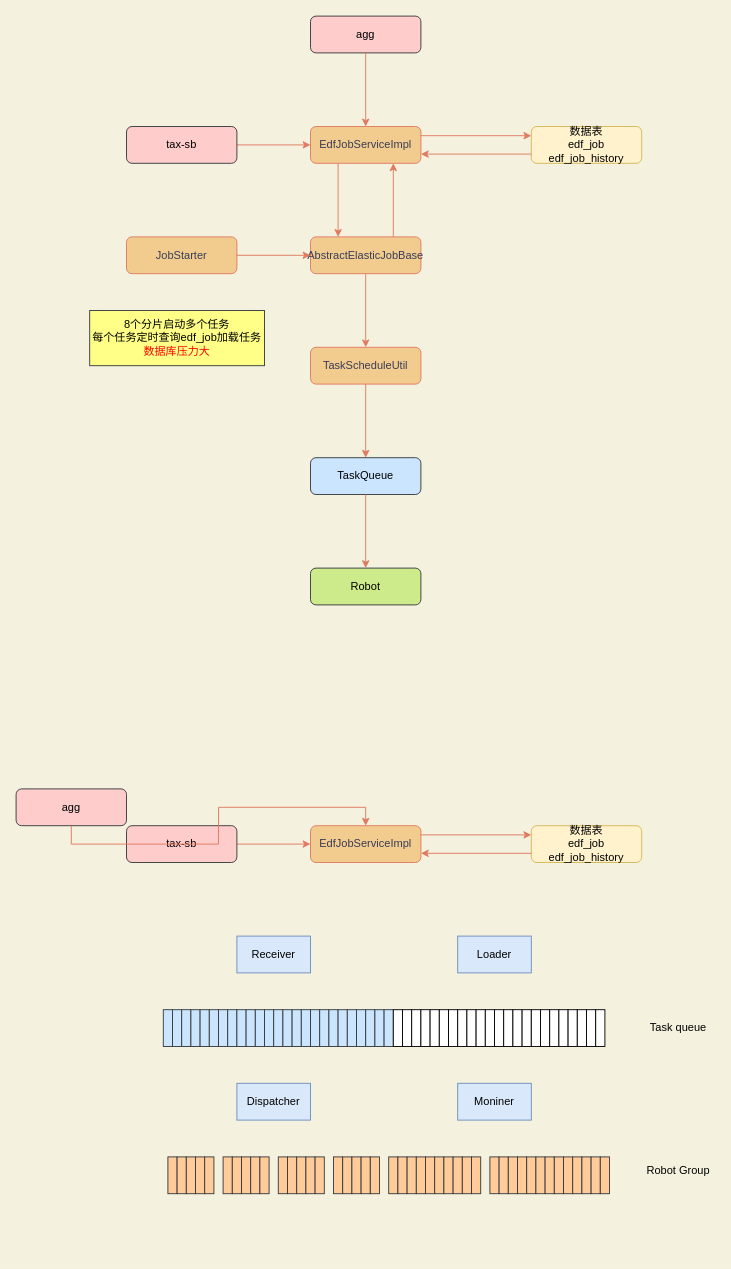
Before: 机器人异步任务.drawio in xingzhihe/hello-world, a draw.io diagram. Source tidied: cells renumbered, new cells numbered last; positions are measured from the earlier drawing's top-left corner, leaving out a move shared by most shapes. Both pictures are drawn from the tidied source at 92%, with x=0, y=0 at pixel (16, 16).
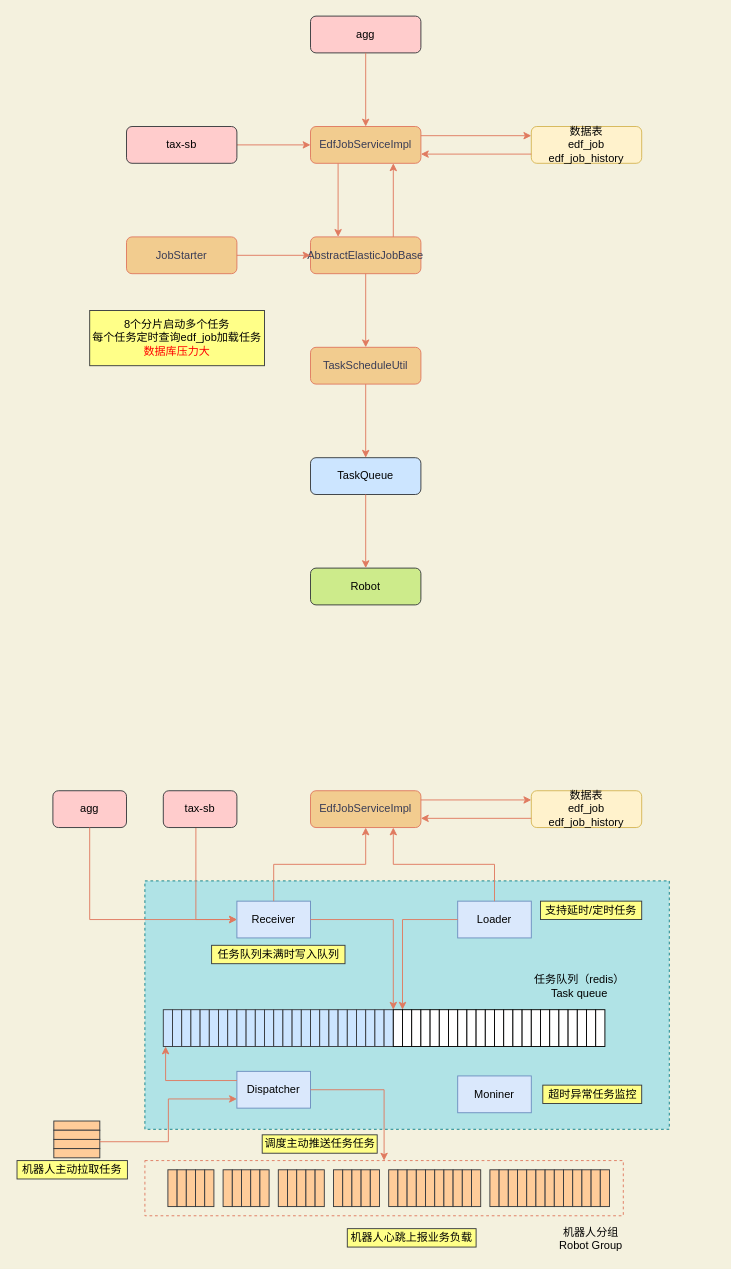
The same page after the edit.

Commit message (it also covers changes not shown here):
更新机器人异步任务.drawio

The change refers to these unchanged cells:
```xml
<mxCell id="30" style="rounded=0;whiteSpace=wrap;html=1;sketch=0;fillColor=#cce5ff;strokeColor=#36393d;" parent="1" vertex="1">
  <mxGeometry x="160" y="1080" width="10" height="40" as="geometry" />
</mxCell>
<mxCell id="55" style="rounded=0;whiteSpace=wrap;html=1;sketch=0;" parent="1" vertex="1">
  <mxGeometry x="410" y="1080" width="10" height="40" as="geometry" />
</mxCell>
<mxCell id="56" style="rounded=0;whiteSpace=wrap;html=1;sketch=0;" parent="1" vertex="1">
  <mxGeometry x="420" y="1080" width="10" height="40" as="geometry" />
</mxCell>
```

What changed in the source:
```diff
@@
+    <mxCell id="127" style="rounded=0;whiteSpace=wrap;html=1;sketch=0;dashed=1;fillColor=#b0e3e6;strokeColor=#0e8088;" parent="1" vertex="1">
+      <mxGeometry x="140" y="940" width="570" height="270" as="geometry" />
+    </mxCell>
@@
-    <mxCell id="22" style="edgeStyle=orthogonalEdgeStyle;rounded=0;jettySize=auto;html=1;exitX=1;exitY=0.5;exitDx=0;exitDy=0;entryX=0;entryY=0.5;entryDx=0;entryDy=0;labelBackgroundColor=#F4F1DE;strokeColor=#E07A5F;fontColor=#393C56;" parent="1" edge="1" source="23" target="24">
+    <mxCell id="22" style="edgeStyle=orthogonalEdgeStyle;rounded=0;jettySize=auto;html=1;entryX=0;entryY=0.5;entryDx=0;entryDy=0;labelBackgroundColor=#F4F1DE;strokeColor=#E07A5F;fontColor=#393C56;exitX=0.443;exitY=0.995;exitDx=0;exitDy=0;exitPerimeter=0;" parent="1" edge="1" source="23" target="78">
       <mxGeometry relative="1" as="geometry" />
     </mxCell>
     <mxCell id="23" value="tax-sb" style="rounded=1;whiteSpace=wrap;html=1;fontSize=12;glass=0;strokeWidth=1;shadow=0;fillColor=#ffcccc;strokeColor=#36393d;" parent="1" vertex="1">
-      <mxGeometry x="120" y="880" width="120" height="40" as="geometry" />
+      <mxGeometry x="160" y="842" width="80" height="40" as="geometry" />
     </mxCell>
     <mxCell id="24" value="EdfJobServiceImpl" style="rounded=1;whiteSpace=wrap;html=1;fontSize=12;glass=0;strokeWidth=1;shadow=0;fillColor=#F2CC8F;strokeColor=#E07A5F;fontColor=#393C56;" parent="1" vertex="1">
-      <mxGeometry x="320" y="880" width="120" height="40" as="geometry" />
+      <mxGeometry x="320" y="842" width="120" height="40" as="geometry" />
     </mxCell>
     <mxCell id="25" value="数据表&lt;br&gt;edf_job&lt;br&gt;edf_job_history" style="rounded=1;whiteSpace=wrap;html=1;fontSize=12;glass=0;strokeWidth=1;shadow=0;fillColor=#fff2cc;strokeColor=#d6b656;" parent="1" vertex="1">
-      <mxGeometry x="560" y="880" width="120" height="40" as="geometry" />
+      <mxGeometry x="560" y="842" width="120" height="40" as="geometry" />
     </mxCell>
@@
     <mxCell id="28" value="agg" style="rounded=1;whiteSpace=wrap;html=1;fontSize=12;glass=0;strokeWidth=1;shadow=0;fillColor=#ffcccc;strokeColor=#36393d;" parent="1" vertex="1">
-      <mxGeometry y="840" width="120" height="40" as="geometry" />
+      <mxGeometry x="40" y="842" width="80" height="40" as="geometry" />
     </mxCell>
-    <mxCell id="29" style="edgeStyle=orthogonalEdgeStyle;rounded=0;jettySize=auto;html=1;exitX=0.5;exitY=1;exitDx=0;exitDy=0;labelBackgroundColor=#F4F1DE;strokeColor=#E07A5F;fontColor=#393C56;entryX=0.5;entryY=0;entryDx=0;entryDy=0;" parent="1" edge="1" source="28" target="24">
+    <mxCell id="29" style="edgeStyle=orthogonalEdgeStyle;rounded=0;jettySize=auto;html=1;exitX=0.5;exitY=1;exitDx=0;exitDy=0;labelBackgroundColor=#F4F1DE;strokeColor=#E07A5F;fontColor=#393C56;entryX=0;entryY=0.5;entryDx=0;entryDy=0;" parent="1" edge="1" source="28" target="78">
       <mxGeometry relative="1" as="geometry" />
     </mxCell>
@@
     <mxCell id="78" value="Receiver" style="rounded=0;whiteSpace=wrap;html=1;sketch=0;strokeColor=#6c8ebf;fillColor=#dae8fc;" parent="1" vertex="1">
-      <mxGeometry x="240" y="1000" width="80" height="40" as="geometry" />
+      <mxGeometry x="240" y="962" width="80" height="40" as="geometry" />
     </mxCell>
     <mxCell id="79" value="Loader" style="rounded=0;whiteSpace=wrap;html=1;sketch=0;strokeColor=#6c8ebf;fillColor=#dae8fc;" parent="1" vertex="1">
-      <mxGeometry x="480" y="1000" width="80" height="40" as="geometry" />
+      <mxGeometry x="480" y="962" width="80" height="40" as="geometry" />
     </mxCell>
     <mxCell id="80" value="Dispatcher" style="rounded=0;whiteSpace=wrap;html=1;sketch=0;strokeColor=#6c8ebf;fillColor=#dae8fc;" parent="1" vertex="1">
-      <mxGeometry x="240" y="1160" width="80" height="40" as="geometry" />
+      <mxGeometry x="240" y="1147" width="80" height="40" as="geometry" />
     </mxCell>
     <mxCell id="81" value="Moniner" style="rounded=0;whiteSpace=wrap;html=1;sketch=0;strokeColor=#6c8ebf;fillColor=#dae8fc;" parent="1" vertex="1">
-      <mxGeometry x="480" y="1160" width="80" height="40" as="geometry" />
+      <mxGeometry x="480" y="1152" width="80" height="40" as="geometry" />
     </mxCell>
     <mxCell id="82" style="rounded=0;whiteSpace=wrap;html=1;sketch=0;fillColor=#ffcc99;strokeColor=#36393d;" parent="1" vertex="1">
-      <mxGeometry x="165" y="1240" width="10" height="40" as="geometry" />
+      <mxGeometry x="165" y="1254" width="10" height="40" as="geometry" />
     </mxCell>
     <mxCell id="83" style="rounded=0;whiteSpace=wrap;html=1;sketch=0;fillColor=#ffcc99;strokeColor=#36393d;" parent="1" vertex="1">
-      <mxGeometry x="175" y="1240" width="10" height="40" as="geometry" />
+      <mxGeometry x="175" y="1254" width="10" height="40" as="geometry" />
     </mxCell>
     <mxCell id="84" style="rounded=0;whiteSpace=wrap;html=1;sketch=0;fillColor=#ffcc99;strokeColor=#36393d;" parent="1" vertex="1">
-      <mxGeometry x="185" y="1240" width="10" height="40" as="geometry" />
+      <mxGeometry x="185" y="1254" width="10" height="40" as="geometry" />
     </mxCell>
     <mxCell id="85" style="rounded=0;whiteSpace=wrap;html=1;sketch=0;fillColor=#ffcc99;strokeColor=#36393d;" parent="1" vertex="1">
-      <mxGeometry x="195" y="1240" width="10" height="40" as="geometry" />
+      <mxGeometry x="195" y="1254" width="10" height="40" as="geometry" />
     </mxCell>
     <mxCell id="86" style="rounded=0;whiteSpace=wrap;html=1;sketch=0;fillColor=#ffcc99;strokeColor=#36393d;" parent="1" vertex="1">
-      <mxGeometry x="205" y="1240" width="10" height="40" as="geometry" />
+      <mxGeometry x="205" y="1254" width="10" height="40" as="geometry" />
     </mxCell>
     <mxCell id="87" style="rounded=0;whiteSpace=wrap;html=1;sketch=0;fillColor=#ffcc99;strokeColor=#36393d;" parent="1" vertex="1">
-      <mxGeometry x="225" y="1240" width="10" height="40" as="geometry" />
+      <mxGeometry x="225" y="1254" width="10" height="40" as="geometry" />
     </mxCell>
     <mxCell id="88" style="rounded=0;whiteSpace=wrap;html=1;sketch=0;fillColor=#ffcc99;strokeColor=#36393d;" parent="1" vertex="1">
-      <mxGeometry x="235" y="1240" width="10" height="40" as="geometry" />
+      <mxGeometry x="235" y="1254" width="10" height="40" as="geometry" />
     </mxCell>
     <mxCell id="89" style="rounded=0;whiteSpace=wrap;html=1;sketch=0;fillColor=#ffcc99;strokeColor=#36393d;" parent="1" vertex="1">
-      <mxGeometry x="245" y="1240" width="10" height="40" as="geometry" />
+      <mxGeometry x="245" y="1254" width="10" height="40" as="geometry" />
     </mxCell>
     <mxCell id="90" style="rounded=0;whiteSpace=wrap;html=1;sketch=0;fillColor=#ffcc99;strokeColor=#36393d;" parent="1" vertex="1">
-      <mxGeometry x="255" y="1240" width="10" height="40" as="geometry" />
+      <mxGeometry x="255" y="1254" width="10" height="40" as="geometry" />
     </mxCell>
     <mxCell id="91" style="rounded=0;whiteSpace=wrap;html=1;sketch=0;fillColor=#ffcc99;strokeColor=#36393d;" parent="1" vertex="1">
-      <mxGeometry x="265" y="1240" width="10" height="40" as="geometry" />
+      <mxGeometry x="265" y="1254" width="10" height="40" as="geometry" />
     </mxCell>
     <mxCell id="92" style="rounded=0;whiteSpace=wrap;html=1;sketch=0;fillColor=#ffcc99;strokeColor=#36393d;" parent="1" vertex="1">
-      <mxGeometry x="285" y="1240" width="10" height="40" as="geometry" />
+      <mxGeometry x="285" y="1254" width="10" height="40" as="geometry" />
     </mxCell>
     <mxCell id="93" style="rounded=0;whiteSpace=wrap;html=1;sketch=0;fillColor=#ffcc99;strokeColor=#36393d;" parent="1" vertex="1">
-      <mxGeometry x="295" y="1240" width="10" height="40" as="geometry" />
+      <mxGeometry x="295" y="1254" width="10" height="40" as="geometry" />
     </mxCell>
     <mxCell id="94" style="rounded=0;whiteSpace=wrap;html=1;sketch=0;fillColor=#ffcc99;strokeColor=#36393d;" parent="1" vertex="1">
-      <mxGeometry x="305" y="1240" width="10" height="40" as="geometry" />
+      <mxGeometry x="305" y="1254" width="10" height="40" as="geometry" />
     </mxCell>
     <mxCell id="95" style="rounded=0;whiteSpace=wrap;html=1;sketch=0;fillColor=#ffcc99;strokeColor=#36393d;" parent="1" vertex="1">
-      <mxGeometry x="315" y="1240" width="10" height="40" as="geometry" />
+      <mxGeometry x="315" y="1254" width="10" height="40" as="geometry" />
     </mxCell>
     <mxCell id="96" style="rounded=0;whiteSpace=wrap;html=1;sketch=0;fillColor=#ffcc99;strokeColor=#36393d;" parent="1" vertex="1">
-      <mxGeometry x="325" y="1240" width="10" height="40" as="geometry" />
+      <mxGeometry x="325" y="1254" width="10" height="40" as="geometry" />
     </mxCell>
     <mxCell id="97" style="rounded=0;whiteSpace=wrap;html=1;sketch=0;fillColor=#ffcc99;strokeColor=#36393d;" parent="1" vertex="1">
-      <mxGeometry x="345" y="1240" width="10" height="40" as="geometry" />
+      <mxGeometry x="345" y="1254" width="10" height="40" as="geometry" />
     </mxCell>
     <mxCell id="98" style="rounded=0;whiteSpace=wrap;html=1;sketch=0;fillColor=#ffcc99;strokeColor=#36393d;" parent="1" vertex="1">
-      <mxGeometry x="355" y="1240" width="10" height="40" as="geometry" />
+      <mxGeometry x="355" y="1254" width="10" height="40" as="geometry" />
     </mxCell>
     <mxCell id="99" style="rounded=0;whiteSpace=wrap;html=1;sketch=0;fillColor=#ffcc99;strokeColor=#36393d;" parent="1" vertex="1">
-      <mxGeometry x="365" y="1240" width="10" height="40" as="geometry" />
+      <mxGeometry x="365" y="1254" width="10" height="40" as="geometry" />
     </mxCell>
     <mxCell id="100" style="rounded=0;whiteSpace=wrap;html=1;sketch=0;fillColor=#ffcc99;strokeColor=#36393d;" parent="1" vertex="1">
-      <mxGeometry x="375" y="1240" width="10" height="40" as="geometry" />
+      <mxGeometry x="375" y="1254" width="10" height="40" as="geometry" />
     </mxCell>
     <mxCell id="101" style="rounded=0;whiteSpace=wrap;html=1;sketch=0;fillColor=#ffcc99;strokeColor=#36393d;" parent="1" vertex="1">
-      <mxGeometry x="385" y="1240" width="10" height="40" as="geometry" />
+      <mxGeometry x="385" y="1254" width="10" height="40" as="geometry" />
     </mxCell>
     <mxCell id="102" style="rounded=0;whiteSpace=wrap;html=1;sketch=0;fillColor=#ffcc99;strokeColor=#36393d;" parent="1" vertex="1">
-      <mxGeometry x="405" y="1240" width="10" height="40" as="geometry" />
+      <mxGeometry x="405" y="1254" width="10" height="40" as="geometry" />
     </mxCell>
     <mxCell id="103" style="rounded=0;whiteSpace=wrap;html=1;sketch=0;fillColor=#ffcc99;strokeColor=#36393d;" parent="1" vertex="1">
-      <mxGeometry x="415" y="1240" width="10" height="40" as="geometry" />
+      <mxGeometry x="415" y="1254" width="10" height="40" as="geometry" />
     </mxCell>
     <mxCell id="104" style="rounded=0;whiteSpace=wrap;html=1;sketch=0;fillColor=#ffcc99;strokeColor=#36393d;" parent="1" vertex="1">
-      <mxGeometry x="425" y="1240" width="10" height="40" as="geometry" />
+      <mxGeometry x="425" y="1254" width="10" height="40" as="geometry" />
     </mxCell>
     <mxCell id="105" style="rounded=0;whiteSpace=wrap;html=1;sketch=0;fillColor=#ffcc99;strokeColor=#36393d;" parent="1" vertex="1">
-      <mxGeometry x="435" y="1240" width="10" height="40" as="geometry" />
+      <mxGeometry x="435" y="1254" width="10" height="40" as="geometry" />
     </mxCell>
     <mxCell id="106" style="rounded=0;whiteSpace=wrap;html=1;sketch=0;fillColor=#ffcc99;strokeColor=#36393d;" parent="1" vertex="1">
-      <mxGeometry x="445" y="1240" width="10" height="40" as="geometry" />
+      <mxGeometry x="445" y="1254" width="10" height="40" as="geometry" />
     </mxCell>
     <mxCell id="107" style="rounded=0;whiteSpace=wrap;html=1;sketch=0;fillColor=#ffcc99;strokeColor=#36393d;" parent="1" vertex="1">
-      <mxGeometry x="455" y="1240" width="10" height="40" as="geometry" />
+      <mxGeometry x="455" y="1254" width="10" height="40" as="geometry" />
     </mxCell>
     <mxCell id="108" style="rounded=0;whiteSpace=wrap;html=1;sketch=0;fillColor=#ffcc99;strokeColor=#36393d;" parent="1" vertex="1">
-      <mxGeometry x="465" y="1240" width="10" height="40" as="geometry" />
+      <mxGeometry x="465" y="1254" width="10" height="40" as="geometry" />
     </mxCell>
     <mxCell id="109" style="rounded=0;whiteSpace=wrap;html=1;sketch=0;fillColor=#ffcc99;strokeColor=#36393d;" parent="1" vertex="1">
-      <mxGeometry x="475" y="1240" width="10" height="40" as="geometry" />
+      <mxGeometry x="475" y="1254" width="10" height="40" as="geometry" />
     </mxCell>
     <mxCell id="110" style="rounded=0;whiteSpace=wrap;html=1;sketch=0;fillColor=#ffcc99;strokeColor=#36393d;" parent="1" vertex="1">
-      <mxGeometry x="485" y="1240" width="10" height="40" as="geometry" />
+      <mxGeometry x="485" y="1254" width="10" height="40" as="geometry" />
     </mxCell>
     <mxCell id="111" style="rounded=0;whiteSpace=wrap;html=1;sketch=0;fillColor=#ffcc99;strokeColor=#36393d;" parent="1" vertex="1">
-      <mxGeometry x="495" y="1240" width="10" height="40" as="geometry" />
+      <mxGeometry x="495" y="1254" width="10" height="40" as="geometry" />
     </mxCell>
     <mxCell id="112" style="rounded=0;whiteSpace=wrap;html=1;sketch=0;fillColor=#ffcc99;strokeColor=#36393d;" parent="1" vertex="1">
-      <mxGeometry x="515" y="1240" width="10" height="40" as="geometry" />
+      <mxGeometry x="515" y="1254" width="10" height="40" as="geometry" />
     </mxCell>
     <mxCell id="113" style="rounded=0;whiteSpace=wrap;html=1;sketch=0;fillColor=#ffcc99;strokeColor=#36393d;" parent="1" vertex="1">
-      <mxGeometry x="525" y="1240" width="10" height="40" as="geometry" />
+      <mxGeometry x="525" y="1254" width="10" height="40" as="geometry" />
     </mxCell>
     <mxCell id="114" style="rounded=0;whiteSpace=wrap;html=1;sketch=0;fillColor=#ffcc99;strokeColor=#36393d;" parent="1" vertex="1">
-      <mxGeometry x="535" y="1240" width="10" height="40" as="geometry" />
+      <mxGeometry x="535" y="1254" width="10" height="40" as="geometry" />
     </mxCell>
     <mxCell id="115" style="rounded=0;whiteSpace=wrap;html=1;sketch=0;fillColor=#ffcc99;strokeColor=#36393d;" parent="1" vertex="1">
-      <mxGeometry x="545" y="1240" width="10" height="40" as="geometry" />
+      <mxGeometry x="545" y="1254" width="10" height="40" as="geometry" />
     </mxCell>
     <mxCell id="116" style="rounded=0;whiteSpace=wrap;html=1;sketch=0;fillColor=#ffcc99;strokeColor=#36393d;" parent="1" vertex="1">
-      <mxGeometry x="555" y="1240" width="10" height="40" as="geometry" />
+      <mxGeometry x="555" y="1254" width="10" height="40" as="geometry" />
     </mxCell>
     <mxCell id="117" style="rounded=0;whiteSpace=wrap;html=1;sketch=0;fillColor=#ffcc99;strokeColor=#36393d;" parent="1" vertex="1">
-      <mxGeometry x="565" y="1240" width="10" height="40" as="geometry" />
+      <mxGeometry x="565" y="1254" width="10" height="40" as="geometry" />
     </mxCell>
     <mxCell id="118" style="rounded=0;whiteSpace=wrap;html=1;sketch=0;fillColor=#ffcc99;strokeColor=#36393d;" parent="1" vertex="1">
-      <mxGeometry x="575" y="1240" width="10" height="40" as="geometry" />
+      <mxGeometry x="575" y="1254" width="10" height="40" as="geometry" />
     </mxCell>
     <mxCell id="119" style="rounded=0;whiteSpace=wrap;html=1;sketch=0;fillColor=#ffcc99;strokeColor=#36393d;" parent="1" vertex="1">
-      <mxGeometry x="585" y="1240" width="10" height="40" as="geometry" />
+      <mxGeometry x="585" y="1254" width="10" height="40" as="geometry" />
     </mxCell>
     <mxCell id="120" style="rounded=0;whiteSpace=wrap;html=1;sketch=0;fillColor=#ffcc99;strokeColor=#36393d;" parent="1" vertex="1">
-      <mxGeometry x="595" y="1240" width="10" height="40" as="geometry" />
+      <mxGeometry x="595" y="1254" width="10" height="40" as="geometry" />
     </mxCell>
     <mxCell id="121" style="rounded=0;whiteSpace=wrap;html=1;sketch=0;fillColor=#ffcc99;strokeColor=#36393d;" parent="1" vertex="1">
-      <mxGeometry x="605" y="1240" width="10" height="40" as="geometry" />
+      <mxGeometry x="605" y="1254" width="10" height="40" as="geometry" />
     </mxCell>
     <mxCell id="122" style="rounded=0;whiteSpace=wrap;html=1;sketch=0;fillColor=#ffcc99;strokeColor=#36393d;" parent="1" vertex="1">
-      <mxGeometry x="615" y="1240" width="10" height="40" as="geometry" />
+      <mxGeometry x="615" y="1254" width="10" height="40" as="geometry" />
     </mxCell>
     <mxCell id="123" style="rounded=0;whiteSpace=wrap;html=1;sketch=0;fillColor=#ffcc99;strokeColor=#36393d;" parent="1" vertex="1">
-      <mxGeometry x="625" y="1240" width="10" height="40" as="geometry" />
+      <mxGeometry x="625" y="1254" width="10" height="40" as="geometry" />
     </mxCell>
     <mxCell id="124" style="rounded=0;whiteSpace=wrap;html=1;sketch=0;fillColor=#ffcc99;strokeColor=#36393d;" parent="1" vertex="1">
-      <mxGeometry x="635" y="1240" width="10" height="40" as="geometry" />
+      <mxGeometry x="635" y="1254" width="10" height="40" as="geometry" />
     </mxCell>
-    <mxCell id="125" value="Task queue" style="text;html=1;strokeColor=none;fillColor=none;align=center;verticalAlign=middle;whiteSpace=wrap;rounded=0;sketch=0;fontColor=#000000;" parent="1" vertex="1">
-      <mxGeometry x="680" y="1085" width="80" height="30" as="geometry" />
+    <mxCell id="125" value="任务队列（redis）&lt;br&gt;Task queue" style="text;html=1;strokeColor=none;fillColor=none;align=center;verticalAlign=middle;whiteSpace=wrap;rounded=0;sketch=0;fontColor=#000000;" parent="1" vertex="1">
+      <mxGeometry x="560" y="1040" width="105" height="30" as="geometry" />
     </mxCell>
-    <mxCell id="126" value="Robot Group" style="text;html=1;strokeColor=none;fillColor=none;align=center;verticalAlign=middle;whiteSpace=wrap;rounded=0;sketch=0;fontColor=#000000;" parent="1" vertex="1">
-      <mxGeometry x="680" y="1240" width="80" height="30" as="geometry" />
+    <mxCell id="126" value="机器人分组&lt;br&gt;Robot Group" style="text;html=1;strokeColor=none;fillColor=none;align=center;verticalAlign=middle;whiteSpace=wrap;rounded=0;sketch=0;fontColor=#000000;" parent="1" vertex="1">
+      <mxGeometry x="585" y="1314" width="80" height="30" as="geometry" />
     </mxCell>
+    <mxCell id="128" style="edgeStyle=orthogonalEdgeStyle;rounded=0;jettySize=auto;html=1;labelBackgroundColor=#F4F1DE;strokeColor=#E07A5F;fontColor=#393C56;exitX=0.5;exitY=0;exitDx=0;exitDy=0;" parent="1" edge="1" source="78" target="24">
+      <mxGeometry relative="1" as="geometry" />
+    </mxCell>
+    <mxCell id="129" style="edgeStyle=orthogonalEdgeStyle;rounded=0;jettySize=auto;html=1;labelBackgroundColor=#F4F1DE;strokeColor=#E07A5F;fontColor=#393C56;exitX=0.5;exitY=0;exitDx=0;exitDy=0;entryX=0.75;entryY=1;entryDx=0;entryDy=0;" parent="1" edge="1" source="79" target="24">
+      <mxGeometry relative="1" as="geometry" />
+    </mxCell>
+    <mxCell id="130" style="edgeStyle=orthogonalEdgeStyle;rounded=0;jettySize=auto;html=1;entryX=0;entryY=0;entryDx=0;entryDy=0;labelBackgroundColor=#F4F1DE;strokeColor=#E07A5F;fontColor=#393C56;exitX=1;exitY=0.5;exitDx=0;exitDy=0;" parent="1" edge="1" source="78" target="55">
+      <mxGeometry relative="1" as="geometry" />
+    </mxCell>
+    <mxCell id="131" style="edgeStyle=orthogonalEdgeStyle;rounded=0;jettySize=auto;html=1;entryX=0;entryY=0;entryDx=0;entryDy=0;labelBackgroundColor=#F4F1DE;strokeColor=#E07A5F;fontColor=#393C56;" parent="1" edge="1" source="79" target="56">
+      <mxGeometry relative="1" as="geometry" />
+    </mxCell>
+    <mxCell id="132" style="edgeStyle=orthogonalEdgeStyle;rounded=0;jettySize=auto;html=1;entryX=0.25;entryY=1;entryDx=0;entryDy=0;labelBackgroundColor=#F4F1DE;strokeColor=#E07A5F;fontColor=#393C56;exitX=0;exitY=0.25;exitDx=0;exitDy=0;exitPerimeter=0;" parent="1" edge="1" source="80" target="30">
+      <mxGeometry relative="1" as="geometry" />
+    </mxCell>
+    <mxCell id="133" style="edgeStyle=orthogonalEdgeStyle;rounded=0;jettySize=auto;html=1;labelBackgroundColor=#F4F1DE;strokeColor=#E07A5F;fontColor=#393C56;exitX=1;exitY=0.5;exitDx=0;exitDy=0;" parent="1" edge="1" source="80" target="134">
+      <mxGeometry relative="1" as="geometry" />
+    </mxCell>
+    <mxCell id="134" style="rounded=0;whiteSpace=wrap;html=1;sketch=0;fontColor=#000000;strokeColor=#E07A5F;fillColor=none;dashed=1;" parent="1" vertex="1">
+      <mxGeometry x="140" y="1244" width="520" height="60" as="geometry" />
+    </mxCell>
+    <mxCell id="135" style="rounded=0;whiteSpace=wrap;html=1;sketch=0;fillColor=#ffcc99;strokeColor=#36393d;" parent="1" vertex="1">
+      <mxGeometry x="41" y="1201" width="50" height="10" as="geometry" />
+    </mxCell>
+    <mxCell id="136" style="rounded=0;whiteSpace=wrap;html=1;sketch=0;fillColor=#ffcc99;strokeColor=#36393d;" parent="1" vertex="1">
+      <mxGeometry x="41" y="1211" width="50" height="10" as="geometry" />
+    </mxCell>
+    <mxCell id="137" style="rounded=0;whiteSpace=wrap;html=1;sketch=0;fillColor=#ffcc99;strokeColor=#36393d;" parent="1" vertex="1">
+      <mxGeometry x="41" y="1221" width="50" height="10" as="geometry" />
+    </mxCell>
+    <mxCell id="138" style="rounded=0;whiteSpace=wrap;html=1;sketch=0;fillColor=#ffcc99;strokeColor=#36393d;" parent="1" vertex="1">
+      <mxGeometry x="41" y="1231" width="50" height="10" as="geometry" />
+    </mxCell>
+    <mxCell id="139" style="edgeStyle=orthogonalEdgeStyle;rounded=0;jettySize=auto;html=1;entryX=0;entryY=0.75;entryDx=0;entryDy=0;labelBackgroundColor=#F4F1DE;strokeColor=#E07A5F;fontColor=#393C56;exitX=1;exitY=0.25;exitDx=0;exitDy=0;" parent="1" edge="1" source="137" target="80">
+      <mxGeometry relative="1" as="geometry" />
+    </mxCell>
+    <mxCell id="140" value="&lt;font color=&quot;#000000&quot;&gt;支持延时/定时任务&lt;/font&gt;" style="rounded=0;whiteSpace=wrap;html=1;sketch=0;strokeColor=#36393d;fillColor=#ffff88;fontColor=#FF0000;" parent="1" vertex="1">
+      <mxGeometry x="570" y="962" width="110" height="20" as="geometry" />
+    </mxCell>
+    <mxCell id="141" value="&lt;font color=&quot;#000000&quot;&gt;任务队列未满时写入队列&lt;/font&gt;" style="rounded=0;whiteSpace=wrap;html=1;sketch=0;strokeColor=#36393d;fillColor=#ffff88;fontColor=#FF0000;" parent="1" vertex="1">
+      <mxGeometry x="212.5" y="1010" width="145" height="20" as="geometry" />
+    </mxCell>
+    <mxCell id="142" value="&lt;font color=&quot;#000000&quot;&gt;机器人主动拉取任务&lt;/font&gt;" style="rounded=0;whiteSpace=wrap;html=1;sketch=0;strokeColor=#36393d;fillColor=#ffff88;fontColor=#FF0000;" parent="1" vertex="1">
+      <mxGeometry x="1" y="1244" width="120" height="20" as="geometry" />
+    </mxCell>
+    <mxCell id="143" value="&lt;font color=&quot;#000000&quot;&gt;调度主动推送任务任务&lt;/font&gt;" style="rounded=0;whiteSpace=wrap;html=1;sketch=0;strokeColor=#36393d;fillColor=#ffff88;fontColor=#FF0000;" parent="1" vertex="1">
+      <mxGeometry x="267.5" y="1216" width="125" height="20" as="geometry" />
+    </mxCell>
+    <mxCell id="144" value="&lt;font color=&quot;#000000&quot;&gt;超时异常任务监控&lt;/font&gt;" style="rounded=0;whiteSpace=wrap;html=1;sketch=0;strokeColor=#36393d;fillColor=#ffff88;fontColor=#FF0000;" parent="1" vertex="1">
+      <mxGeometry x="572.5" y="1162" width="107.5" height="20" as="geometry" />
+    </mxCell>
+    <mxCell id="145" value="&lt;font color=&quot;#000000&quot;&gt;机器人心跳上报业务负载&lt;/font&gt;" style="rounded=0;whiteSpace=wrap;html=1;sketch=0;strokeColor=#36393d;fillColor=#ffff88;fontColor=#FF0000;" parent="1" vertex="1">
+      <mxGeometry x="360" y="1318" width="140" height="20" as="geometry" />
+    </mxCell>
```
